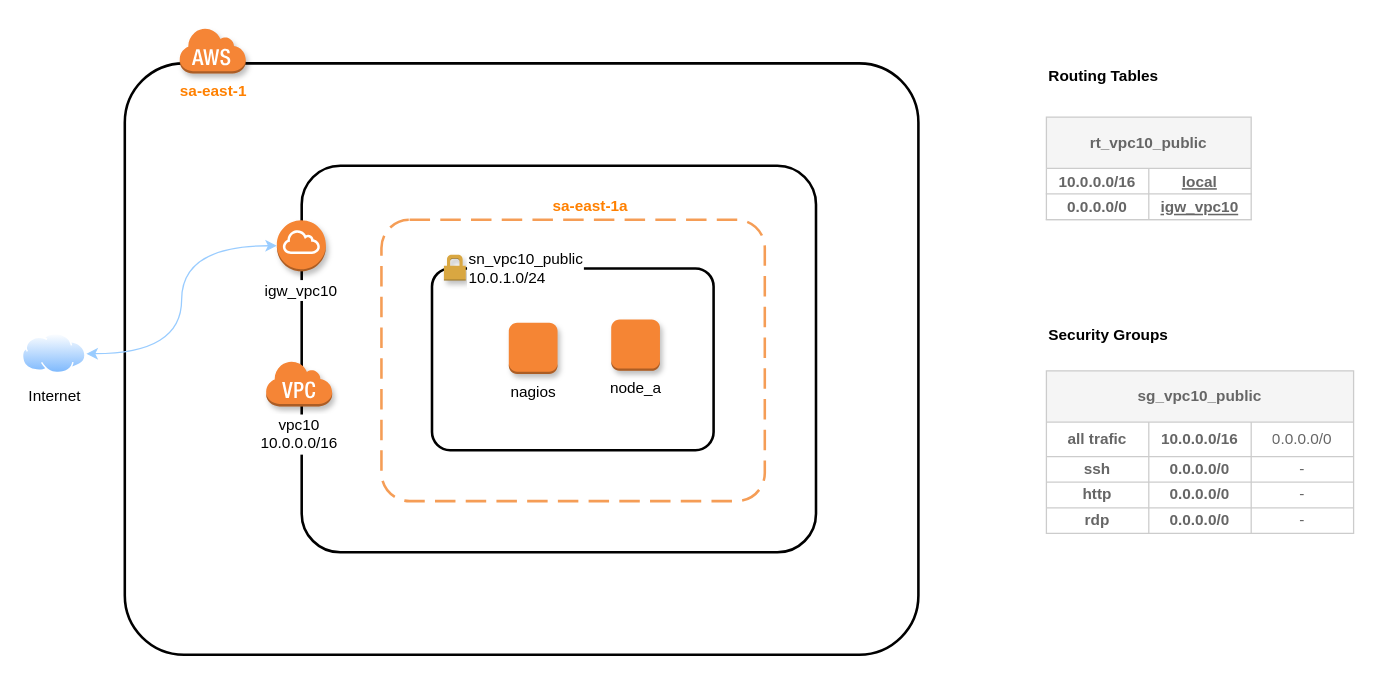
FIAP/vds keeps this draw.io diagram as aws/nagios/arquitetura.drawio. Above is the earlier version. Source tidied: cells renumbered, new cells numbered last; positions are measured from the earlier drawing's top-left corner, leaving out a move shared by most shapes. Both pictures are drawn from the tidied source at 128%, with x=0, y=0 at pixel (22, 27).
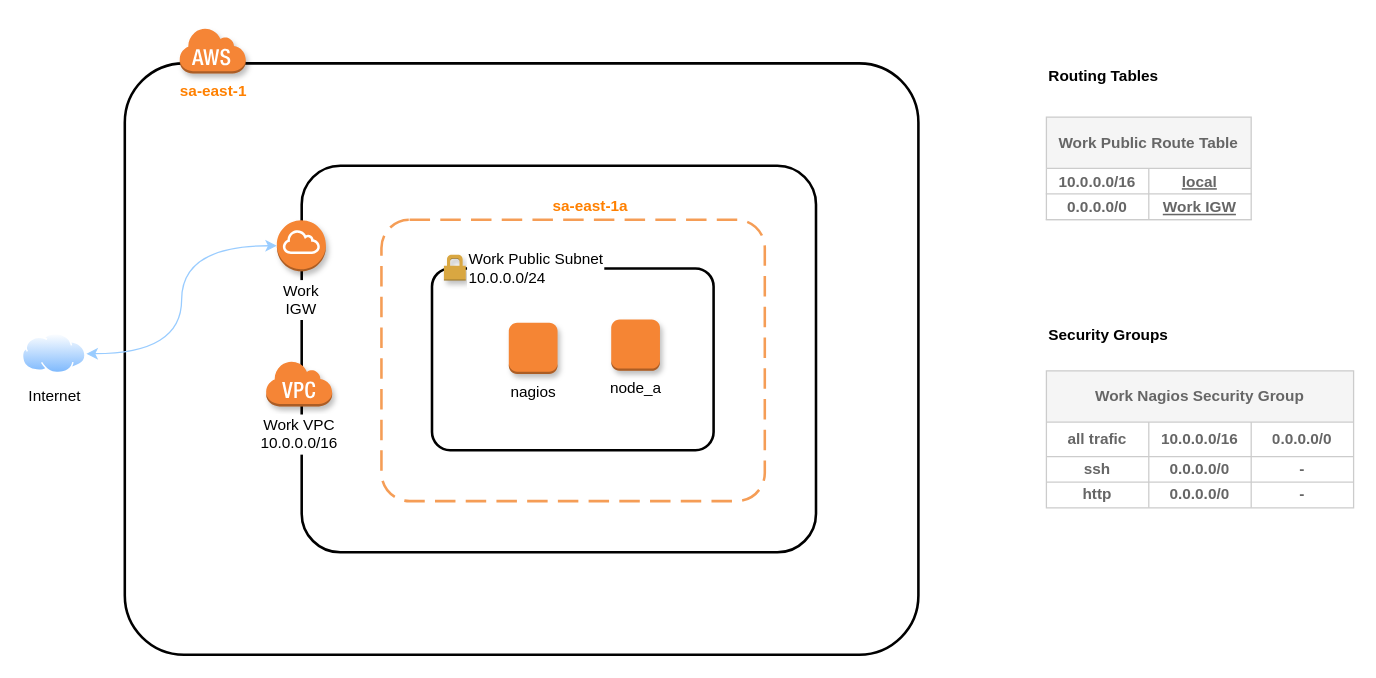
The same page after the edit.

The change refers to these unchanged cells:
```xml
<mxCell id="21" style="shape=partialRectangle;fillColor=none;top=0;left=0;bottom=1;right=0;strokeColor=#CCCCCC;align=center;spacingLeft=0;fontColor=#666666;" parent="17" vertex="1">
  <mxGeometry y="60" width="160" height="20" as="geometry" />
</mxCell>
<mxCell id="25" style="shape=partialRectangle;html=1;whiteSpace=wrap;fillColor=none;top=0;left=0;bottom=0;right=0;spacingLeft=0;align=center;fontColor=#666666;" parent="24" vertex="1">
  <mxGeometry y="40" width="240" height="27" as="geometry" />
</mxCell>
<mxCell id="29" style="shape=partialRectangle;html=1;whiteSpace=wrap;fillColor=none;top=0;left=0;bottom=0;right=0;spacingLeft=0;align=center;fontColor=#666666;" parent="24" vertex="1">
  <mxGeometry y="67" width="240" height="20" as="geometry" />
</mxCell>
<mxCell id="33" style="shape=partialRectangle;html=1;whiteSpace=wrap;fillColor=none;top=0;left=0;bottom=0;right=0;spacingLeft=0;align=center;fontColor=#666666;" parent="24" vertex="1">
  <mxGeometry y="87" width="240" height="20" as="geometry" />
</mxCell>
```

Diff of the diagram source:
```diff
@@
-    <mxCell id="6" value="&lt;span&gt;vpc10&lt;/span&gt;&lt;span&gt;&lt;br&gt;10.0.0.0/16&lt;/span&gt;" style="dashed=0;html=1;shape=mxgraph.aws3.virtual_private_cloud;fillColor=#F58536;gradientColor=none;dashed=0;labelPosition=center;verticalLabelPosition=bottom;align=center;verticalAlign=top;labelBackgroundColor=#ffffff;labelBorderColor=#FFFFFF;shadow=1;" parent="1" vertex="1">
+    <mxCell id="6" value="&lt;span&gt;Work VPC&lt;br&gt;10.0.0.0/16&lt;/span&gt;" style="dashed=0;html=1;shape=mxgraph.aws3.virtual_private_cloud;fillColor=#F58536;gradientColor=none;dashed=0;labelPosition=center;verticalLabelPosition=bottom;align=center;verticalAlign=top;labelBackgroundColor=#ffffff;labelBorderColor=#FFFFFF;shadow=1;" parent="1" vertex="1">
       <mxGeometry x="190" y="260" width="52" height="36" as="geometry" />
     </mxCell>
@@
-    <mxCell id="8" value="&lt;span style=&quot;text-align: left&quot;&gt;sn_vpc10_public&lt;br&gt;10.0.1.0/24&lt;/span&gt;" style="dashed=0;html=1;shape=mxgraph.aws3.permissions;fillColor=#D9A741;gradientColor=none;dashed=0;shadow=1;labelPosition=right;verticalLabelPosition=middle;align=left;verticalAlign=middle;labelBackgroundColor=#ffffff;labelBorderColor=#FFFFFF;" parent="1" vertex="1">
+    <mxCell id="8" value="&lt;span style=&quot;text-align: left&quot;&gt;Work Public Subnet&lt;br&gt;10.0.0.0/24&lt;/span&gt;" style="dashed=0;html=1;shape=mxgraph.aws3.permissions;fillColor=#D9A741;gradientColor=none;dashed=0;shadow=1;labelPosition=right;verticalLabelPosition=middle;align=left;verticalAlign=middle;labelBackgroundColor=#ffffff;labelBorderColor=#FFFFFF;" parent="1" vertex="1">
       <mxGeometry x="329.3" y="177.6" width="17.1" height="20" as="geometry" />
     </mxCell>
@@
-    <mxCell id="10" value="&lt;span&gt;igw_vpc10&lt;/span&gt;" style="outlineConnect=0;dashed=0;verticalLabelPosition=bottom;verticalAlign=top;align=center;html=1;shape=mxgraph.aws3.internet_gateway;fillColor=#F58534;gradientColor=none;fontColor=#000000;fontSize=12;labelBackgroundColor=#ffffff;whiteSpace=wrap;labelBorderColor=#FFFFFF;shadow=1;" parent="1" vertex="1">
+    <mxCell id="10" value="Work IGW" style="outlineConnect=0;dashed=0;verticalLabelPosition=bottom;verticalAlign=top;align=center;html=1;shape=mxgraph.aws3.internet_gateway;fillColor=#F58534;gradientColor=none;fontColor=#000000;fontSize=12;labelBackgroundColor=#ffffff;whiteSpace=wrap;labelBorderColor=#FFFFFF;shadow=1;" parent="1" vertex="1">
       <mxGeometry x="198.8" y="150.5" width="38.3" height="40" as="geometry" />
     </mxCell>
@@
-    <mxCell id="17" value="rt_vpc10_public" style="shape=table;startSize=40;childLayout=tableLayout;rowLines=0;fontStyle=1;align=center;fillColor=#f5f5f5;strokeColor=#CCCCCC;spacingLeft=0;fontColor=#666666;" parent="1" vertex="1">
+    <mxCell id="17" value="Work Public Route Table" style="shape=table;startSize=40;childLayout=tableLayout;rowLines=0;fontStyle=1;align=center;fillColor=#f5f5f5;strokeColor=#CCCCCC;spacingLeft=0;fontColor=#666666;" parent="1" vertex="1">
       <mxGeometry x="800" y="70" width="160" height="80" as="geometry" />
     </mxCell>
@@
-    <mxCell id="23" value="igw_vpc10" style="shape=partialRectangle;fillColor=none;top=0;left=0;bottom=0;right=0;align=center;spacingLeft=0;fontStyle=5;overflow=hidden;strokeColor=#CCCCCC;fontColor=#666666;" parent="21" vertex="1">
+    <mxCell id="23" value="Work IGW" style="shape=partialRectangle;fillColor=none;top=0;left=0;bottom=0;right=0;align=center;spacingLeft=0;fontStyle=5;overflow=hidden;strokeColor=#CCCCCC;fontColor=#666666;" parent="21" vertex="1">
       <mxGeometry x="80" width="80" height="20" as="geometry" />
     </mxCell>
-    <mxCell id="24" value="sg_vpc10_public" style="shape=table;html=1;whiteSpace=wrap;startSize=40;childLayout=tableLayout;strokeColor=#CCCCCC;fillColor=#f5f5f5;align=center;fontStyle=1;spacingLeft=0;fontColor=#666666;" parent="1" vertex="1">
-      <mxGeometry x="800" y="268.2" width="240" height="127" as="geometry" />
+    <mxCell id="24" value="Work Nagios Security Group" style="shape=table;html=1;whiteSpace=wrap;startSize=40;childLayout=tableLayout;strokeColor=#CCCCCC;fillColor=#f5f5f5;align=center;fontStyle=1;spacingLeft=0;fontColor=#666666;" parent="1" vertex="1">
+      <mxGeometry x="800" y="268.2" width="240" height="107" as="geometry" />
     </mxCell>
@@
-    <mxCell id="28" value="0.0.0.0/0" style="shape=partialRectangle;html=1;whiteSpace=wrap;fillColor=none;top=0;left=0;bottom=0;right=0;overflow=hidden;spacingLeft=0;align=center;fontColor=#666666;" parent="25" vertex="1">
+    <mxCell id="28" value="&lt;b&gt;0.0.0.0/0&lt;/b&gt;" style="shape=partialRectangle;html=1;whiteSpace=wrap;fillColor=none;top=0;left=0;bottom=0;right=0;overflow=hidden;spacingLeft=0;align=center;fontColor=#666666;" parent="25" vertex="1">
       <mxGeometry x="160" width="80" height="27" as="geometry" />
     </mxCell>
@@
-    <mxCell id="32" value="-" style="shape=partialRectangle;html=1;whiteSpace=wrap;fillColor=none;top=0;left=0;bottom=0;right=0;overflow=hidden;spacingLeft=0;align=center;fontColor=#666666;" parent="29" vertex="1">
+    <mxCell id="32" value="&lt;b&gt;-&lt;/b&gt;" style="shape=partialRectangle;html=1;whiteSpace=wrap;fillColor=none;top=0;left=0;bottom=0;right=0;overflow=hidden;spacingLeft=0;align=center;fontColor=#666666;" parent="29" vertex="1">
       <mxGeometry x="160" width="80" height="20" as="geometry" />
     </mxCell>
@@
-    <mxCell id="36" value="-" style="shape=partialRectangle;html=1;whiteSpace=wrap;fillColor=none;top=0;left=0;bottom=0;right=0;overflow=hidden;spacingLeft=0;align=center;fontColor=#666666;" parent="33" vertex="1">
+    <mxCell id="36" value="&lt;b&gt;-&lt;/b&gt;" style="shape=partialRectangle;html=1;whiteSpace=wrap;fillColor=none;top=0;left=0;bottom=0;right=0;overflow=hidden;spacingLeft=0;align=center;fontColor=#666666;" parent="33" vertex="1">
       <mxGeometry x="160" width="80" height="20" as="geometry" />
     </mxCell>
-    <mxCell id="37" style="shape=partialRectangle;html=1;whiteSpace=wrap;fillColor=none;top=0;left=0;bottom=0;right=0;spacingLeft=0;align=center;fontColor=#666666;" parent="24" vertex="1">
-      <mxGeometry y="107" width="240" height="20" as="geometry" />
-    </mxCell>
-    <mxCell id="38" value="&lt;span style=&quot;font-weight: 700;&quot;&gt;rdp&lt;/span&gt;" style="shape=partialRectangle;html=1;whiteSpace=wrap;fillColor=none;top=0;left=0;bottom=0;right=0;overflow=hidden;spacingLeft=0;align=center;fontColor=#666666;" parent="37" vertex="1">
-      <mxGeometry width="80" height="20" as="geometry" />
-    </mxCell>
-    <mxCell id="39" value="&lt;span style=&quot;font-weight: 700;&quot;&gt;0.0.0.0/0&lt;/span&gt;" style="shape=partialRectangle;html=1;whiteSpace=wrap;fillColor=none;top=0;left=0;bottom=0;right=0;overflow=hidden;spacingLeft=0;align=center;fontColor=#666666;" parent="37" vertex="1">
-      <mxGeometry x="80" width="80" height="20" as="geometry" />
-    </mxCell>
-    <mxCell id="40" value="-" style="shape=partialRectangle;html=1;whiteSpace=wrap;fillColor=none;top=0;left=0;bottom=0;right=0;overflow=hidden;spacingLeft=0;align=center;fontColor=#666666;" parent="37" vertex="1">
-      <mxGeometry x="160" width="80" height="20" as="geometry" />
-    </mxCell>
```
